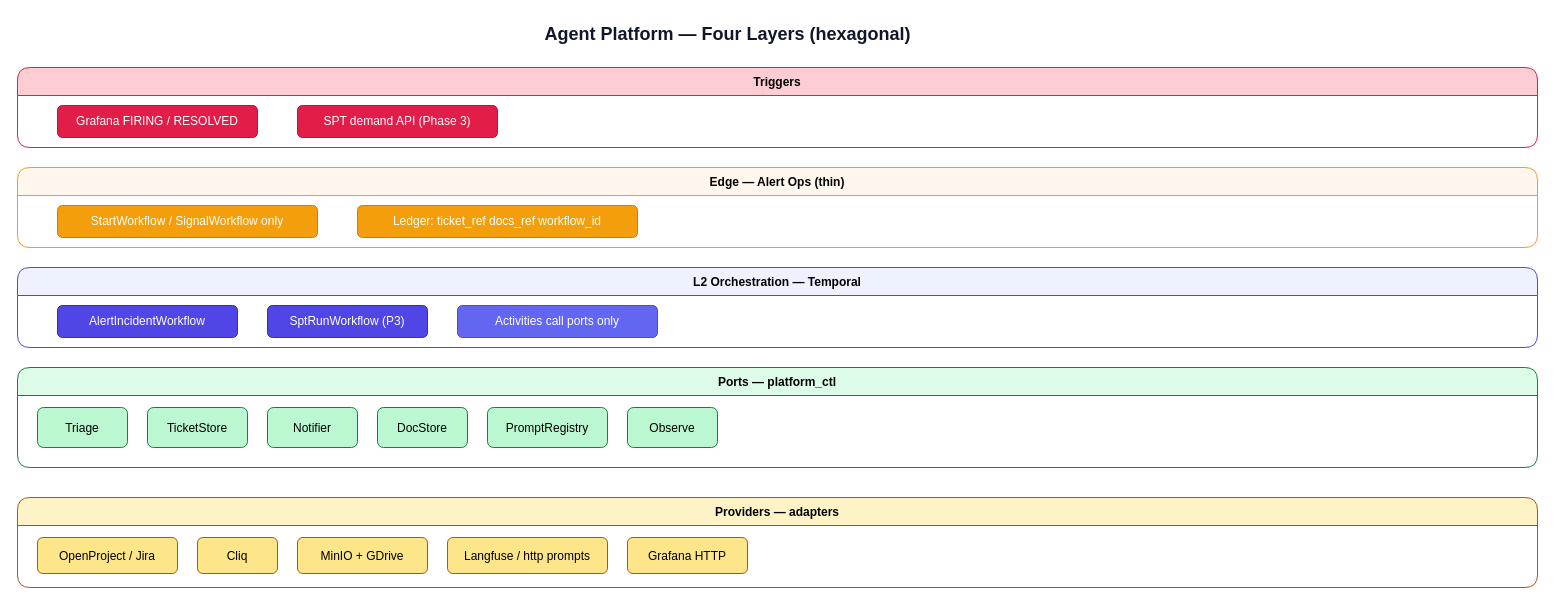
AM-Portfolio/am-agents keeps this draw.io diagram as page "Four Layers" (1 of 8) of docs/agent-platform/agent-platform.drawio. Above is the earlier version. Source tidied: cells renumbered, new cells numbered last; positions are measured from the earlier drawing's top-left corner, leaving out a move shared by most shapes. Both pictures are drawn from the tidied source at 100%, with x=0, y=0 at pixel (17, 17).
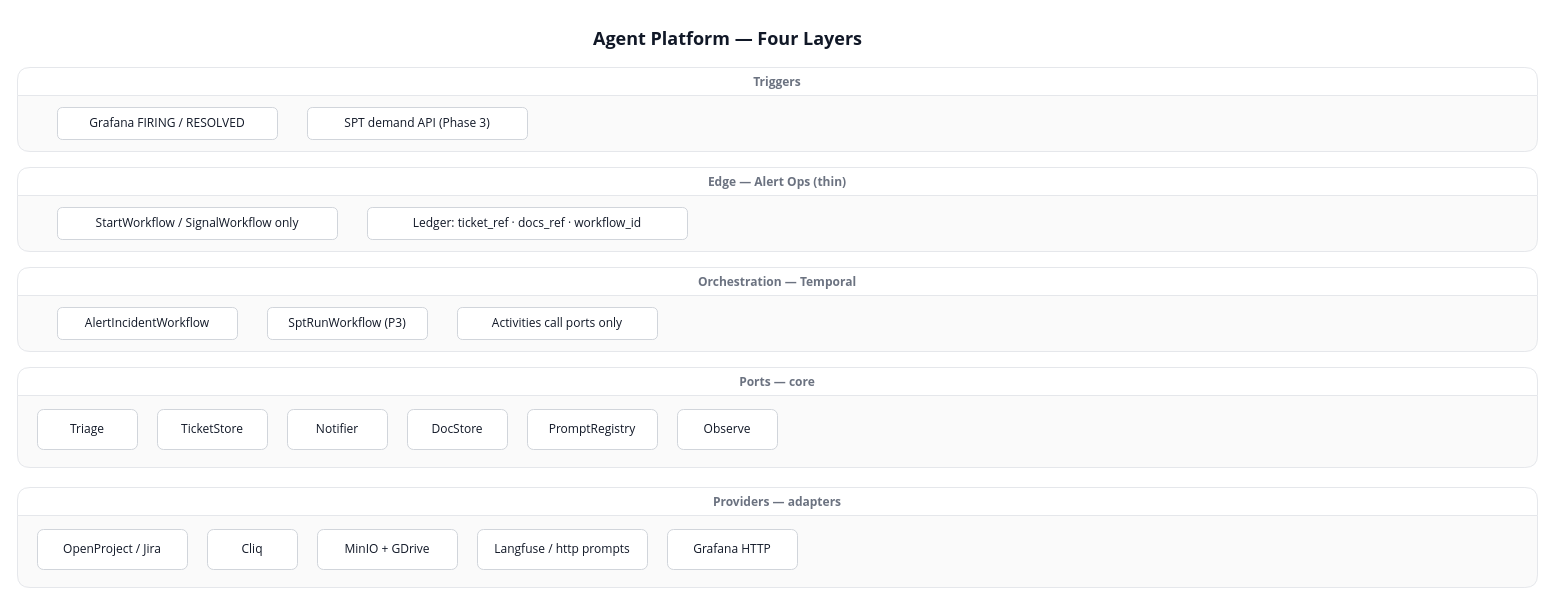
The same page after the edit.

Commit message (it also covers changes not shown here):
docs: simplify agent platform architecture diagram for clarity

- Reduced the complexity of the agent platform diagram by removing unnecessary elements and streamlining the layout.
- Enhanced readability and focus on key components of the architecture.
- Updated diagram structure to better represent the relationships and flow within the agent platform.

Diff of the diagram source:
```diff
@@
-<mxGraphModel background="#ffffff">
+<mxGraphModel background="#FFFFFF">
@@
-    <mxCell id="2" value="&lt;b&gt;Agent Platform — Four Layers (hexagonal)&lt;/b&gt;" style="text;html=1;strokeColor=none;fillColor=none;align=center;fontSize=18;fontColor=#0F172A;" parent="1" vertex="1">
-      <mxGeometry x="360" width="700" height="36" as="geometry" />
+    <mxCell id="2" value="&lt;b&gt;Agent Platform — Four Layers&lt;/b&gt;" style="text;html=1;strokeColor=none;fillColor=none;align=center;fontSize=18;fontColor=#111827;fontFamily=Segoe UI;" parent="1" vertex="1">
+      <mxGeometry x="460" y="4" width="500" height="32" as="geometry" />
     </mxCell>
-    <mxCell id="3" value="Triggers" style="swimlane;startSize=28;fillColor=#FECDD3;strokeColor=#E11D48;fontStyle=1;rounded=1;" parent="1" vertex="1">
-      <mxGeometry y="50" width="1520" height="80" as="geometry" />
+    <mxCell id="3" value="Triggers" style="swimlane;startSize=28;fillColor=#FFFFFF;strokeColor=#E5E7EB;fontStyle=1;rounded=1;fontColor=#6B7280;fontFamily=Segoe UI;swimlaneFillColor=#FAFAFA;" parent="1" vertex="1">
+      <mxGeometry y="50" width="1520" height="84" as="geometry" />
     </mxCell>
-    <mxCell id="4" value="Grafana FIRING / RESOLVED" style="rounded=1;whiteSpace=wrap;html=1;fillColor=#E11D48;fontColor=#fff;strokeColor=#BE123C;" parent="3" vertex="1">
-      <mxGeometry x="40" y="38" width="200" height="32" as="geometry" />
+    <mxCell id="4" value="Grafana FIRING / RESOLVED" style="rounded=1;whiteSpace=wrap;html=1;fillColor=#FFFFFF;fontColor=#111827;strokeColor=#D1D5DB;fontFamily=Segoe UI;" parent="3" vertex="1">
+      <mxGeometry x="40" y="40" width="220" height="32" as="geometry" />
     </mxCell>
-    <mxCell id="5" value="SPT demand API (Phase 3)" style="rounded=1;whiteSpace=wrap;html=1;fillColor=#E11D48;fontColor=#fff;strokeColor=#BE123C;" parent="3" vertex="1">
-      <mxGeometry x="280" y="38" width="200" height="32" as="geometry" />
+    <mxCell id="5" value="SPT demand API (Phase 3)" style="rounded=1;whiteSpace=wrap;html=1;fillColor=#FFFFFF;fontColor=#111827;strokeColor=#D1D5DB;fontFamily=Segoe UI;" parent="3" vertex="1">
+      <mxGeometry x="290" y="40" width="220" height="32" as="geometry" />
     </mxCell>
-    <mxCell id="6" value="Edge — Alert Ops (thin)" style="swimlane;startSize=28;fillColor=#FFF7ED;strokeColor=#F59E0B;fontStyle=1;rounded=1;" parent="1" vertex="1">
-      <mxGeometry y="150" width="1520" height="80" as="geometry" />
+    <mxCell id="6" value="Edge — Alert Ops (thin)" style="swimlane;startSize=28;fillColor=#FFFFFF;strokeColor=#E5E7EB;fontStyle=1;rounded=1;fontColor=#6B7280;fontFamily=Segoe UI;swimlaneFillColor=#FAFAFA;" parent="1" vertex="1">
+      <mxGeometry y="150" width="1520" height="84" as="geometry" />
     </mxCell>
-    <mxCell id="7" value="StartWorkflow / SignalWorkflow only" style="rounded=1;whiteSpace=wrap;html=1;fillColor=#F59E0B;fontColor=#fff;strokeColor=#D97706;" parent="6" vertex="1">
-      <mxGeometry x="40" y="38" width="260" height="32" as="geometry" />
+    <mxCell id="7" value="StartWorkflow / SignalWorkflow only" style="rounded=1;whiteSpace=wrap;html=1;fillColor=#FFFFFF;fontColor=#111827;strokeColor=#D1D5DB;fontFamily=Segoe UI;" parent="6" vertex="1">
+      <mxGeometry x="40" y="40" width="280" height="32" as="geometry" />
     </mxCell>
-    <mxCell id="8" value="Ledger: ticket_ref docs_ref workflow_id" style="rounded=1;whiteSpace=wrap;html=1;fillColor=#F59E0B;fontColor=#fff;strokeColor=#D97706;" parent="6" vertex="1">
-      <mxGeometry x="340" y="38" width="280" height="32" as="geometry" />
+    <mxCell id="8" value="Ledger: ticket_ref · docs_ref · workflow_id" style="rounded=1;whiteSpace=wrap;html=1;fillColor=#FFFFFF;fontColor=#111827;strokeColor=#D1D5DB;fontFamily=Segoe UI;" parent="6" vertex="1">
+      <mxGeometry x="350" y="40" width="320" height="32" as="geometry" />
     </mxCell>
-    <mxCell id="9" value="L2 Orchestration — Temporal" style="swimlane;startSize=28;fillColor=#EEF2FF;strokeColor=#4F46E5;fontStyle=1;rounded=1;" parent="1" vertex="1">
-      <mxGeometry y="250" width="1520" height="80" as="geometry" />
+    <mxCell id="9" value="Orchestration — Temporal" style="swimlane;startSize=28;fillColor=#FFFFFF;strokeColor=#E5E7EB;fontStyle=1;rounded=1;fontColor=#6B7280;fontFamily=Segoe UI;swimlaneFillColor=#FAFAFA;" parent="1" vertex="1">
+      <mxGeometry y="250" width="1520" height="84" as="geometry" />
     </mxCell>
-    <mxCell id="10" value="AlertIncidentWorkflow" style="rounded=1;whiteSpace=wrap;html=1;fillColor=#4F46E5;fontColor=#fff;strokeColor=#3730A3;" parent="9" vertex="1">
-      <mxGeometry x="40" y="38" width="180" height="32" as="geometry" />
+    <mxCell id="10" value="AlertIncidentWorkflow" style="rounded=1;whiteSpace=wrap;html=1;fillColor=#FFFFFF;fontColor=#111827;strokeColor=#D1D5DB;fontFamily=Segoe UI;" parent="9" vertex="1">
+      <mxGeometry x="40" y="40" width="180" height="32" as="geometry" />
     </mxCell>
-    <mxCell id="11" value="SptRunWorkflow (P3)" style="rounded=1;whiteSpace=wrap;html=1;fillColor=#4F46E5;fontColor=#fff;strokeColor=#3730A3;" parent="9" vertex="1">
-      <mxGeometry x="250" y="38" width="160" height="32" as="geometry" />
+    <mxCell id="11" value="SptRunWorkflow (P3)" style="rounded=1;whiteSpace=wrap;html=1;fillColor=#FFFFFF;fontColor=#111827;strokeColor=#D1D5DB;fontFamily=Segoe UI;" parent="9" vertex="1">
+      <mxGeometry x="250" y="40" width="160" height="32" as="geometry" />
     </mxCell>
-    <mxCell id="12" value="Activities call ports only" style="rounded=1;whiteSpace=wrap;html=1;fillColor=#6366F1;fontColor=#fff;strokeColor=#4F46E5;" parent="9" vertex="1">
-      <mxGeometry x="440" y="38" width="200" height="32" as="geometry" />
+    <mxCell id="12" value="Activities call ports only" style="rounded=1;whiteSpace=wrap;html=1;fillColor=#FFFFFF;fontColor=#111827;strokeColor=#D1D5DB;fontFamily=Segoe UI;" parent="9" vertex="1">
+      <mxGeometry x="440" y="40" width="200" height="32" as="geometry" />
     </mxCell>
-    <mxCell id="13" value="Ports — platform_ctl" style="swimlane;startSize=28;fillColor=#DCFCE7;strokeColor=#15803D;fontStyle=1;rounded=1;" parent="1" vertex="1">
+    <mxCell id="13" value="Ports — core" style="swimlane;startSize=28;fillColor=#FFFFFF;strokeColor=#E5E7EB;fontStyle=1;rounded=1;fontColor=#6B7280;fontFamily=Segoe UI;swimlaneFillColor=#FAFAFA;" parent="1" vertex="1">
       <mxGeometry y="350" width="1520" height="100" as="geometry" />
     </mxCell>
-    <mxCell id="14" value="Triage" style="rounded=1;fillColor=#BBF7D0;strokeColor=#15803D;" parent="13" vertex="1">
-      <mxGeometry x="20" y="40" width="90" height="40" as="geometry" />
+    <mxCell id="14" value="Triage" style="rounded=1;whiteSpace=wrap;html=1;fillColor=#FFFFFF;fontColor=#111827;strokeColor=#D1D5DB;fontFamily=Segoe UI;" parent="13" vertex="1">
+      <mxGeometry x="20" y="42" width="100" height="40" as="geometry" />
     </mxCell>
-    <mxCell id="15" value="TicketStore" style="rounded=1;fillColor=#BBF7D0;strokeColor=#15803D;" parent="13" vertex="1">
-      <mxGeometry x="130" y="40" width="100" height="40" as="geometry" />
+    <mxCell id="15" value="TicketStore" style="rounded=1;whiteSpace=wrap;html=1;fillColor=#FFFFFF;fontColor=#111827;strokeColor=#D1D5DB;fontFamily=Segoe UI;" parent="13" vertex="1">
+      <mxGeometry x="140" y="42" width="110" height="40" as="geometry" />
     </mxCell>
-    <mxCell id="16" value="Notifier" style="rounded=1;fillColor=#BBF7D0;strokeColor=#15803D;" parent="13" vertex="1">
-      <mxGeometry x="250" y="40" width="90" height="40" as="geometry" />
+    <mxCell id="16" value="Notifier" style="rounded=1;whiteSpace=wrap;html=1;fillColor=#FFFFFF;fontColor=#111827;strokeColor=#D1D5DB;fontFamily=Segoe UI;" parent="13" vertex="1">
+      <mxGeometry x="270" y="42" width="100" height="40" as="geometry" />
     </mxCell>
-    <mxCell id="17" value="DocStore" style="rounded=1;fillColor=#BBF7D0;strokeColor=#15803D;" parent="13" vertex="1">
-      <mxGeometry x="360" y="40" width="90" height="40" as="geometry" />
+    <mxCell id="17" value="DocStore" style="rounded=1;whiteSpace=wrap;html=1;fillColor=#FFFFFF;fontColor=#111827;strokeColor=#D1D5DB;fontFamily=Segoe UI;" parent="13" vertex="1">
+      <mxGeometry x="390" y="42" width="100" height="40" as="geometry" />
     </mxCell>
-    <mxCell id="18" value="PromptRegistry" style="rounded=1;fillColor=#BBF7D0;strokeColor=#15803D;" parent="13" vertex="1">
-      <mxGeometry x="470" y="40" width="120" height="40" as="geometry" />
+    <mxCell id="18" value="PromptRegistry" style="rounded=1;whiteSpace=wrap;html=1;fillColor=#FFFFFF;fontColor=#111827;strokeColor=#D1D5DB;fontFamily=Segoe UI;" parent="13" vertex="1">
+      <mxGeometry x="510" y="42" width="130" height="40" as="geometry" />
     </mxCell>
-    <mxCell id="19" value="Observe" style="rounded=1;fillColor=#BBF7D0;strokeColor=#15803D;" parent="13" vertex="1">
-      <mxGeometry x="610" y="40" width="90" height="40" as="geometry" />
+    <mxCell id="19" value="Observe" style="rounded=1;whiteSpace=wrap;html=1;fillColor=#FFFFFF;fontColor=#111827;strokeColor=#D1D5DB;fontFamily=Segoe UI;" parent="13" vertex="1">
+      <mxGeometry x="660" y="42" width="100" height="40" as="geometry" />
     </mxCell>
-    <mxCell id="20" value="Providers — adapters" style="swimlane;startSize=28;fillColor=#FEF3C7;strokeColor=#B45309;fontStyle=1;rounded=1;" parent="1" vertex="1">
-      <mxGeometry y="480" width="1520" height="90" as="geometry" />
+    <mxCell id="20" value="Providers — adapters" style="swimlane;startSize=28;fillColor=#FFFFFF;strokeColor=#E5E7EB;fontStyle=1;rounded=1;fontColor=#6B7280;fontFamily=Segoe UI;swimlaneFillColor=#FAFAFA;" parent="1" vertex="1">
+      <mxGeometry y="470" width="1520" height="100" as="geometry" />
     </mxCell>
-    <mxCell id="21" value="OpenProject / Jira" style="rounded=1;fillColor=#FDE68A;strokeColor=#B45309;" parent="20" vertex="1">
-      <mxGeometry x="20" y="40" width="140" height="36" as="geometry" />
+    <mxCell id="21" value="OpenProject / Jira" style="rounded=1;whiteSpace=wrap;html=1;fillColor=#FFFFFF;fontColor=#111827;strokeColor=#D1D5DB;fontFamily=Segoe UI;" parent="20" vertex="1">
+      <mxGeometry x="20" y="42" width="150" height="40" as="geometry" />
     </mxCell>
-    <mxCell id="22" value="Cliq" style="rounded=1;fillColor=#FDE68A;strokeColor=#B45309;" parent="20" vertex="1">
-      <mxGeometry x="180" y="40" width="80" height="36" as="geometry" />
+    <mxCell id="22" value="Cliq" style="rounded=1;whiteSpace=wrap;html=1;fillColor=#FFFFFF;fontColor=#111827;strokeColor=#D1D5DB;fontFamily=Segoe UI;" parent="20" vertex="1">
+      <mxGeometry x="190" y="42" width="90" height="40" as="geometry" />
     </mxCell>
-    <mxCell id="23" value="MinIO + GDrive" style="rounded=1;fillColor=#FDE68A;strokeColor=#B45309;" parent="20" vertex="1">
-      <mxGeometry x="280" y="40" width="130" height="36" as="geometry" />
+    <mxCell id="23" value="MinIO + GDrive" style="rounded=1;whiteSpace=wrap;html=1;fillColor=#FFFFFF;fontColor=#111827;strokeColor=#D1D5DB;fontFamily=Segoe UI;" parent="20" vertex="1">
+      <mxGeometry x="300" y="42" width="140" height="40" as="geometry" />
     </mxCell>
-    <mxCell id="24" value="Langfuse / http prompts" style="rounded=1;fillColor=#FDE68A;strokeColor=#B45309;" parent="20" vertex="1">
-      <mxGeometry x="430" y="40" width="160" height="36" as="geometry" />
+    <mxCell id="24" value="Langfuse / http prompts" style="rounded=1;whiteSpace=wrap;html=1;fillColor=#FFFFFF;fontColor=#111827;strokeColor=#D1D5DB;fontFamily=Segoe UI;" parent="20" vertex="1">
+      <mxGeometry x="460" y="42" width="170" height="40" as="geometry" />
     </mxCell>
-    <mxCell id="25" value="Grafana HTTP" style="rounded=1;fillColor=#FDE68A;strokeColor=#B45309;" parent="20" vertex="1">
-      <mxGeometry x="610" y="40" width="120" height="36" as="geometry" />
+    <mxCell id="25" value="Grafana HTTP" style="rounded=1;whiteSpace=wrap;html=1;fillColor=#FFFFFF;fontColor=#111827;strokeColor=#D1D5DB;fontFamily=Segoe UI;" parent="20" vertex="1">
+      <mxGeometry x="650" y="42" width="130" height="40" as="geometry" />
     </mxCell>
```
